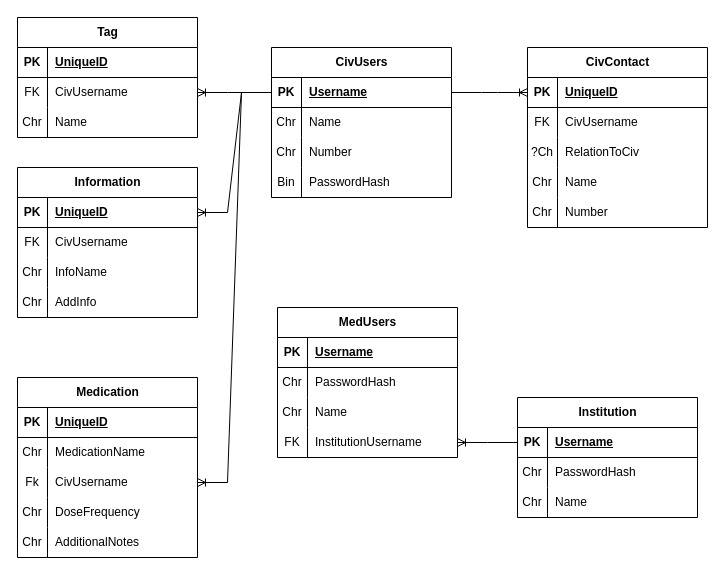
br-jack/brishack2024 keeps this draw.io diagram as supportDocs/EditableUML.drawio. Above is the earlier version. Source tidied: cells renumbered, new cells numbered last; positions are measured from the earlier drawing's top-left corner, leaving out a move shared by most shapes. Both pictures are drawn from the tidied source at 100%, with x=0, y=0 at pixel (17, 17).
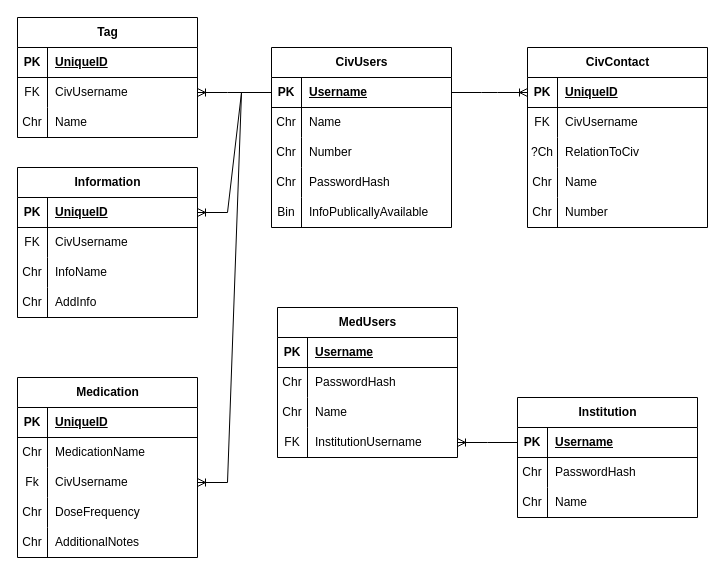
The same diagram, later.

The change refers to these unchanged cells:
```xml
<mxCell id="12" style="shape=tableRow;horizontal=0;startSize=0;swimlaneHead=0;swimlaneBody=0;fillColor=none;top=0;left=0;right=0;bottom=0;" parent="2" vertex="1">
  <mxGeometry y="120" width="180" height="30" as="geometry" />
</mxCell>
```

Change to the diagram source:
```diff
@@
     <mxCell id="2" value="CivUsers" style="shape=table;startSize=30;childLayout=tableLayout;rowLines=0;fontStyle=1;align=center;html=1;" parent="1" vertex="1">
-      <mxGeometry x="254" y="30" width="180" height="150" as="geometry" />
+      <mxGeometry x="254" y="30" width="180" height="180" as="geometry" />
     </mxCell>
@@
-    <mxCell id="13" value="Bin" style="shape=partialRectangle;fillColor=none;top=0;left=0;bottom=0;right=0;overflow=hidden;whiteSpace=wrap;html=1;" parent="12" vertex="1">
+    <mxCell id="13" value="Chr" style="shape=partialRectangle;fillColor=none;top=0;left=0;bottom=0;right=0;overflow=hidden;whiteSpace=wrap;html=1;" parent="12" vertex="1">
       <mxGeometry width="30" height="30" as="geometry" />
     </mxCell>
@@
+    <mxCell id="98" style="shape=tableRow;horizontal=0;startSize=0;swimlaneHead=0;swimlaneBody=0;fillColor=none;top=0;left=0;right=0;bottom=0;" parent="2" vertex="1">
+      <mxGeometry y="150" width="180" height="30" as="geometry" />
+    </mxCell>
+    <mxCell id="99" value="Bin" style="shape=partialRectangle;fillColor=none;top=0;left=0;bottom=0;right=0;overflow=hidden;whiteSpace=wrap;html=1;" parent="98" vertex="1">
+      <mxGeometry width="30" height="30" as="geometry" />
+    </mxCell>
+    <mxCell id="100" value="InfoPublicallyAvailable" style="shape=partialRectangle;fillColor=none;top=0;left=0;bottom=0;right=0;align=left;spacingLeft=6;overflow=hidden;whiteSpace=wrap;html=1;" parent="98" vertex="1">
+      <mxGeometry x="30" width="150" height="30" as="geometry" />
+    </mxCell>
```
